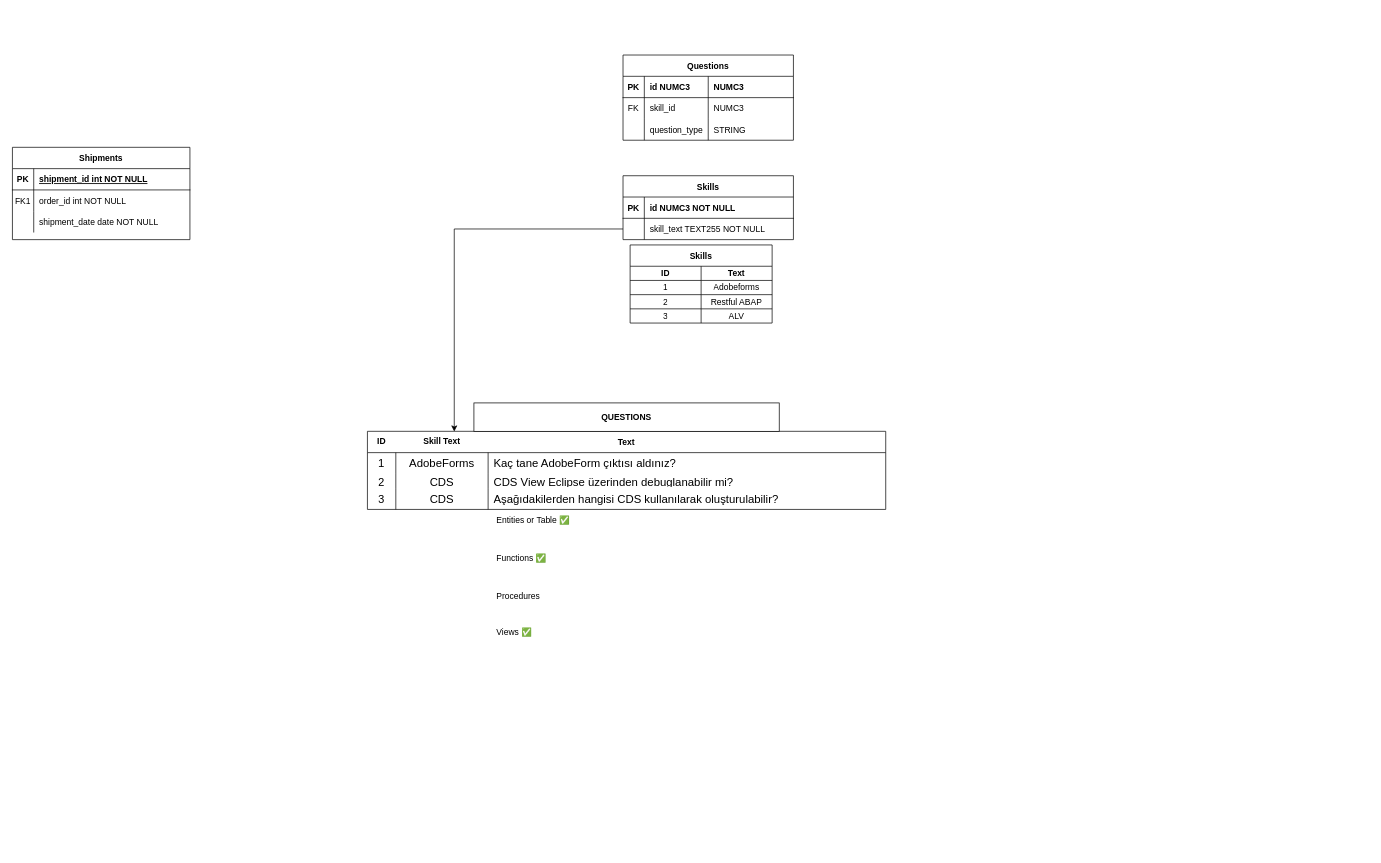
bilalerdemm/ABAP-Exercises keeps this draw.io diagram as Başlıksız Diyagram.drawio. Above is the earlier version. Source tidied: cells renumbered, new cells numbered last; positions are measured from the earlier drawing's top-left corner, leaving out a move shared by most shapes. Both pictures are drawn from the tidied source at 71%, with x=0, y=0 at pixel (12, 55).
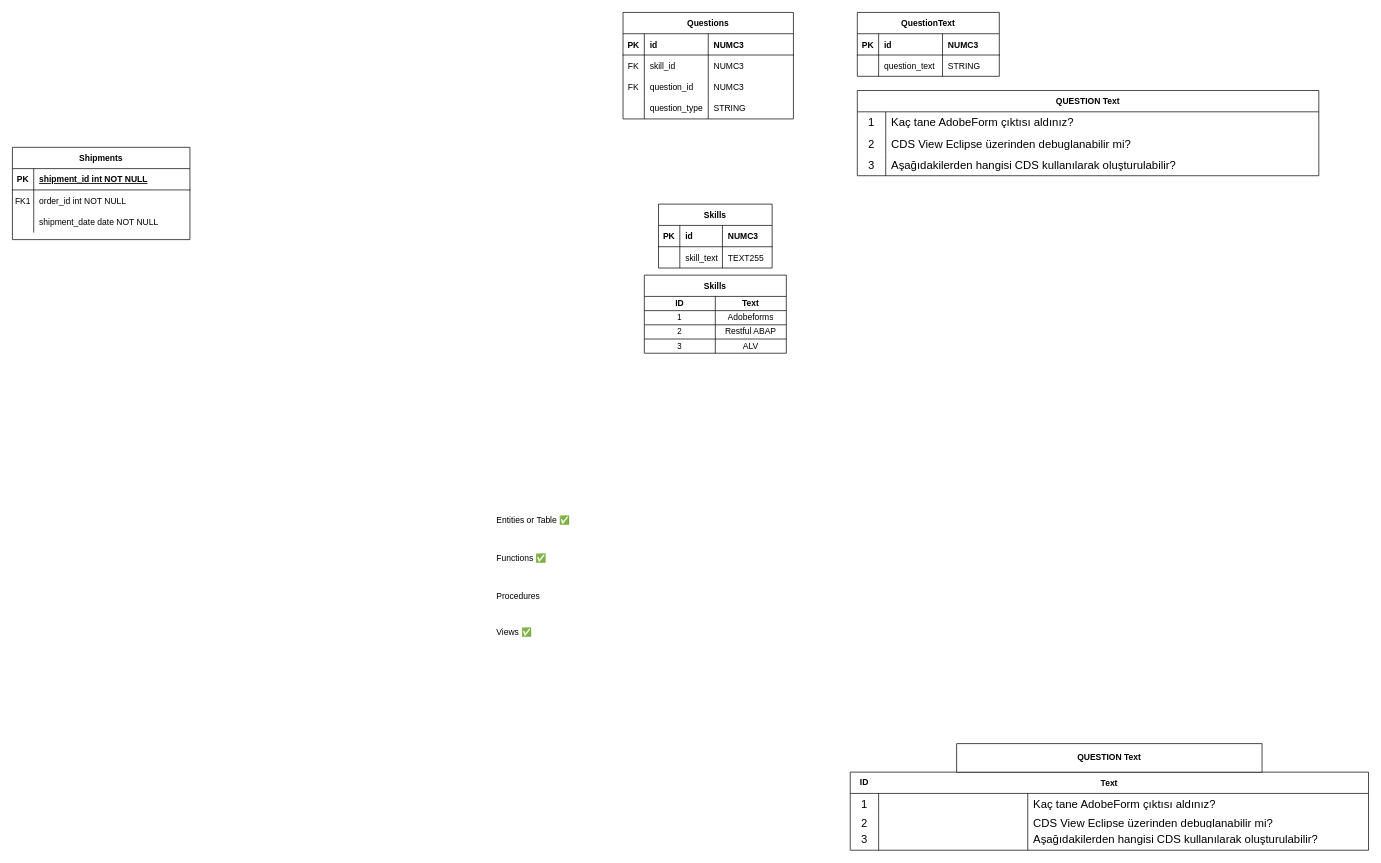
The same diagram, later.

The change refers to these unchanged cells:
```xml
<mxCell id="33" style="shape=tableRow;horizontal=0;startSize=0;swimlaneHead=0;swimlaneBody=0;top=0;left=0;bottom=0;right=0;fillColor=none;strokeColor=inherit;fontSize=16;" parent="32" vertex="1">
  <mxGeometry y="30" width="730" height="30" as="geometry" />
</mxCell>
<mxCell id="37" style="shape=tableRow;horizontal=0;startSize=0;swimlaneHead=0;swimlaneBody=0;top=0;left=0;bottom=0;right=0;fillColor=none;strokeColor=inherit;fontSize=16;" parent="32" vertex="1">
  <mxGeometry y="60" width="730" height="20" as="geometry" />
</mxCell>
<mxCell id="41" style="shape=tableRow;horizontal=0;startSize=0;swimlaneHead=0;swimlaneBody=0;top=0;left=0;bottom=0;right=0;fillColor=none;strokeColor=inherit;fontSize=16;" parent="32" vertex="1">
  <mxGeometry y="80" width="730" height="30" as="geometry" />
</mxCell>
<mxCell id="52" style="shape=partialRectangle;fillColor=none;top=0;left=0;right=0;bottom=1;" parent="51" vertex="1">
  <mxGeometry y="30" width="240" height="30" as="geometry" />
</mxCell>
<mxCell id="60" style="shape=partialRectangle;fillColor=none;top=0;left=0;right=0;bottom=0;" parent="51" vertex="1">
  <mxGeometry y="90" width="240" height="30" as="geometry" />
</mxCell>
```

Change to the diagram source:
```diff
@@
     <mxCell id="12" value="Skills" style="shape=table;startSize=30;childLayout=tableLayout;rowLines=0;fontStyle=1;align=center;" parent="1" vertex="1">
-      <mxGeometry x="860" y="170" width="240" height="90" as="geometry" />
+      <mxGeometry x="910" y="210" width="160" height="90" as="geometry" />
     </mxCell>
     <mxCell id="13" style="shape=partialRectangle;fillColor=none;top=0;left=0;right=0;bottom=1;" parent="12" vertex="1">
-      <mxGeometry y="30" width="240" height="30" as="geometry" />
+      <mxGeometry y="30" width="160" height="30" as="geometry" />
     </mxCell>
@@
-    <mxCell id="15" value="id NUMC3 NOT NULL" style="shape=partialRectangle;overflow=hidden;fillColor=none;top=0;left=0;bottom=0;right=0;align=left;spacingLeft=6;fontStyle=1;" parent="13" vertex="1">
-      <mxGeometry x="30" width="210" height="30" as="geometry" />
+    <mxCell id="15" value="id" style="shape=partialRectangle;overflow=hidden;fillColor=none;top=0;left=0;bottom=0;right=0;align=left;spacingLeft=6;fontStyle=1;" parent="13" vertex="1">
+      <mxGeometry x="30" width="60" height="30" as="geometry" />
     </mxCell>
+    <mxCell id="66" value="NUMC3" style="shape=partialRectangle;overflow=hidden;fillColor=none;top=0;left=0;bottom=0;right=0;align=left;spacingLeft=6;fontStyle=1;" parent="13" vertex="1">
+      <mxGeometry x="90" width="70" height="30" as="geometry" />
+    </mxCell>
     <mxCell id="16" style="shape=partialRectangle;fillColor=none;points=[[0,0.5],[1,0.5]];portConstraint=eastwest;top=0;left=0;right=0;bottom=0;" parent="12" vertex="1">
-      <mxGeometry y="60" width="240" height="30" as="geometry" />
+      <mxGeometry y="60" width="160" height="30" as="geometry" />
     </mxCell>
@@
-    <mxCell id="18" value="skill_text TEXT255 NOT NULL" style="shape=partialRectangle;overflow=hidden;fillColor=none;top=0;left=0;bottom=0;right=0;align=left;spacingLeft=6;" parent="16" vertex="1">
-      <mxGeometry x="30" width="210" height="30" as="geometry" />
+    <mxCell id="18" value="skill_text" style="shape=partialRectangle;overflow=hidden;fillColor=none;top=0;left=0;bottom=0;right=0;align=left;spacingLeft=6;" parent="16" vertex="1">
+      <mxGeometry x="30" width="60" height="30" as="geometry" />
     </mxCell>
+    <mxCell id="67" value="TEXT255 " style="shape=partialRectangle;overflow=hidden;fillColor=none;top=0;left=0;bottom=0;right=0;align=left;spacingLeft=6;" parent="16" vertex="1">
+      <mxGeometry x="90" width="70" height="30" as="geometry" />
+    </mxCell>
     <mxCell id="19" value="Skills" style="shape=table;startSize=30;childLayout=tableLayout;strokeColor=default;fontSize=12;fontStyle=1;" parent="1" vertex="1">
-      <mxGeometry x="870" y="267.5" width="200" height="110" as="geometry" />
+      <mxGeometry x="890" y="310" width="200" height="110" as="geometry" />
     </mxCell>
@@
     <mxCell id="32" value="Text" style="shape=table;startSize=30;childLayout=tableLayout;rowLines=0;fontStyle=1;strokeColor=default;fontSize=12;" parent="1" vertex="1">
-      <mxGeometry x="500" y="530" width="730" height="110" as="geometry" />
+      <mxGeometry x="1180" y="1010" width="730" height="110" as="geometry" />
     </mxCell>
@@
-    <mxCell id="35" value="AdobeForms" style="shape=partialRectangle;html=1;whiteSpace=wrap;fillColor=none;top=0;left=0;bottom=0;right=0;overflow=hidden;strokeColor=inherit;fontSize=16;" parent="33" vertex="1">
-      <mxGeometry x="40" width="130" height="30" as="geometry" />
+    <mxCell id="35" style="shape=partialRectangle;html=1;whiteSpace=wrap;fillColor=none;top=0;left=0;bottom=0;right=0;overflow=hidden;strokeColor=inherit;fontSize=16;" parent="33" vertex="1">
+      <mxGeometry x="40" width="210" height="30" as="geometry" />
     </mxCell>
     <mxCell id="36" value="Kaç tane AdobeForm çıktısı aldınız?" style="shape=partialRectangle;html=1;whiteSpace=wrap;fillColor=none;top=0;left=0;bottom=0;right=0;align=left;spacingLeft=6;overflow=hidden;strokeColor=inherit;fontSize=16;" parent="33" vertex="1">
-      <mxGeometry x="170" width="560" height="30" as="geometry" />
+      <mxGeometry x="250" width="480" height="30" as="geometry" />
     </mxCell>
@@
-    <mxCell id="39" value="CDS" style="shape=partialRectangle;html=1;whiteSpace=wrap;fillColor=none;top=0;left=0;bottom=0;right=0;overflow=hidden;strokeColor=inherit;fontSize=16;" parent="37" vertex="1">
-      <mxGeometry x="40" width="130" height="20" as="geometry" />
+    <mxCell id="39" style="shape=partialRectangle;html=1;whiteSpace=wrap;fillColor=none;top=0;left=0;bottom=0;right=0;overflow=hidden;strokeColor=inherit;fontSize=16;" parent="37" vertex="1">
+      <mxGeometry x="40" width="210" height="20" as="geometry" />
     </mxCell>
     <mxCell id="40" value="CDS View Eclipse üzerinden debuglanabilir mi?" style="shape=partialRectangle;html=1;whiteSpace=wrap;fillColor=none;top=0;left=0;bottom=0;right=0;align=left;spacingLeft=6;overflow=hidden;strokeColor=inherit;fontSize=16;" parent="37" vertex="1">
-      <mxGeometry x="170" width="560" height="20" as="geometry" />
+      <mxGeometry x="250" width="480" height="20" as="geometry" />
     </mxCell>
@@
-    <mxCell id="43" value="CDS" style="shape=partialRectangle;html=1;whiteSpace=wrap;fillColor=none;top=0;left=0;bottom=0;right=0;overflow=hidden;strokeColor=inherit;fontSize=16;" parent="41" vertex="1">
-      <mxGeometry x="40" width="130" height="30" as="geometry" />
+    <mxCell id="43" style="shape=partialRectangle;html=1;whiteSpace=wrap;fillColor=none;top=0;left=0;bottom=0;right=0;overflow=hidden;strokeColor=inherit;fontSize=16;" parent="41" vertex="1">
+      <mxGeometry x="40" width="210" height="30" as="geometry" />
     </mxCell>
     <mxCell id="44" value="Aşağıdakilerden hangisi CDS kullanılarak oluşturulabilir?" style="shape=partialRectangle;html=1;whiteSpace=wrap;fillColor=none;top=0;left=0;bottom=0;right=0;align=left;spacingLeft=6;overflow=hidden;strokeColor=inherit;fontSize=16;" parent="41" vertex="1">
-      <mxGeometry x="170" width="560" height="30" as="geometry" />
+      <mxGeometry x="250" width="480" height="30" as="geometry" />
     </mxCell>
     <mxCell id="45" value="&lt;b&gt;ID&lt;/b&gt;" style="text;html=1;strokeColor=none;fillColor=none;align=center;verticalAlign=middle;whiteSpace=wrap;rounded=0;" parent="1" vertex="1">
-      <mxGeometry x="490" y="530" width="60" height="30" as="geometry" />
+      <mxGeometry x="1170" y="1010" width="60" height="30" as="geometry" />
     </mxCell>
@@
-    <mxCell id="47" value="&lt;b&gt;Skill Text&lt;/b&gt;" style="text;html=1;strokeColor=none;fillColor=none;align=center;verticalAlign=middle;whiteSpace=wrap;rounded=0;" parent="1" vertex="1">
-      <mxGeometry x="540" y="530" width="130" height="30" as="geometry" />
-    </mxCell>
-    <mxCell id="48" style="edgeStyle=orthogonalEdgeStyle;rounded=0;jettySize=auto;html=1;exitX=0;exitY=0.5;exitDx=0;exitDy=0;entryX=0.633;entryY=0.011;entryDx=0;entryDy=0;entryPerimeter=0;" parent="1" edge="1" source="16" target="47">
-      <mxGeometry relative="1" as="geometry" />
-    </mxCell>
-    <mxCell id="49" value="&lt;b&gt;QUESTIONS&lt;/b&gt;" style="whiteSpace=wrap;html=1;align=center;" parent="1" vertex="1">
-      <mxGeometry x="650" y="490" width="430" height="40" as="geometry" />
+    <mxCell id="49" value="&lt;b&gt;QUESTION Text&lt;/b&gt;" style="whiteSpace=wrap;html=1;align=center;" parent="1" vertex="1">
+      <mxGeometry x="1330" y="970" width="430" height="40" as="geometry" />
     </mxCell>
-    <mxCell id="50" style="group;" parent="1" vertex="1">
-      <mxGeometry x="860" width="240" height="120" as="geometry" />
-    </mxCell>
+    <mxCell id="68" style="group;" parent="1" vertex="1">
+      <mxGeometry x="860" y="-60" width="240" height="150" as="geometry" />
+    </mxCell>
-    <mxCell id="51" value="Questions" style="shape=table;startSize=30;childLayout=tableLayout;rowLines=0;fontStyle=1;align=center;" parent="50" vertex="1">
-      <mxGeometry width="240" height="120" as="geometry" />
+    <mxCell id="51" value="Questions" style="shape=table;startSize=30;childLayout=tableLayout;rowLines=0;fontStyle=1;align=center;" parent="68" vertex="1">
+      <mxGeometry width="240" height="150" as="geometry" />
     </mxCell>
@@
-    <mxCell id="54" value="id NUMC3 " style="shape=partialRectangle;overflow=hidden;fillColor=none;top=0;left=0;bottom=0;right=0;align=left;spacingLeft=6;fontStyle=1;" parent="52" vertex="1">
+    <mxCell id="54" value="id " style="shape=partialRectangle;overflow=hidden;fillColor=none;top=0;left=0;bottom=0;right=0;align=left;spacingLeft=6;fontStyle=1;" parent="52" vertex="1">
       <mxGeometry x="30" width="90" height="30" as="geometry" />
     </mxCell>
@@
-    <mxCell id="61" style="shape=partialRectangle;overflow=hidden;fillColor=none;top=0;left=0;bottom=0;right=0;" parent="60" vertex="1">
+    <mxCell id="61" value="FK" style="shape=partialRectangle;overflow=hidden;fillColor=none;top=0;left=0;bottom=0;right=0;" parent="60" vertex="1">
       <mxGeometry width="30" height="30" as="geometry" />
     </mxCell>
-    <mxCell id="62" value="question_type" style="shape=partialRectangle;overflow=hidden;fillColor=none;top=0;left=0;bottom=0;right=0;align=left;spacingLeft=6;" parent="60" vertex="1">
+    <mxCell id="62" value="question_id" style="shape=partialRectangle;overflow=hidden;fillColor=none;top=0;left=0;bottom=0;right=0;align=left;spacingLeft=6;" parent="60" vertex="1">
       <mxGeometry x="30" width="90" height="30" as="geometry" />
     </mxCell>
@@
+    <mxCell id="69" style="shape=partialRectangle;fillColor=none;top=0;left=0;right=0;bottom=0;" parent="51" vertex="1">
+      <mxGeometry y="120" width="240" height="30" as="geometry" />
+    </mxCell>
+    <mxCell id="70" style="shape=partialRectangle;overflow=hidden;fillColor=none;top=0;left=0;bottom=0;right=0;" parent="69" vertex="1">
+      <mxGeometry width="30" height="30" as="geometry" />
+    </mxCell>
+    <mxCell id="71" style="shape=partialRectangle;overflow=hidden;fillColor=none;top=0;left=0;bottom=0;right=0;align=left;spacingLeft=6;" parent="69" vertex="1">
+      <mxGeometry x="30" width="90" height="30" as="geometry" />
+    </mxCell>
+    <mxCell id="72" value="STRING" style="shape=partialRectangle;overflow=hidden;fillColor=none;top=0;left=0;bottom=0;right=0;align=left;spacingLeft=6;" parent="69" vertex="1">
+      <mxGeometry x="120" width="120" height="30" as="geometry" />
+    </mxCell>
-    <mxCell id="64" value="NUMC3" style="shape=partialRectangle;overflow=hidden;fillColor=none;top=0;left=0;bottom=0;right=0;align=left;spacingLeft=6;fontStyle=0;" parent="50" vertex="1">
+    <mxCell id="64" value="NUMC3" style="shape=partialRectangle;overflow=hidden;fillColor=none;top=0;left=0;bottom=0;right=0;align=left;spacingLeft=6;fontStyle=0;" parent="68" vertex="1">
       <mxGeometry x="120" y="60" width="120" height="30" as="geometry" />
     </mxCell>
-    <mxCell id="65" value="STRING" style="shape=partialRectangle;overflow=hidden;fillColor=none;top=0;left=0;bottom=0;right=0;align=left;spacingLeft=6;fontStyle=0;" parent="50" vertex="1">
+    <mxCell id="65" value="NUMC3" style="shape=partialRectangle;overflow=hidden;fillColor=none;top=0;left=0;bottom=0;right=0;align=left;spacingLeft=6;fontStyle=0;" parent="68" vertex="1">
       <mxGeometry x="120" y="90" width="120" height="30" as="geometry" />
     </mxCell>
+    <mxCell id="73" value="question_type" style="shape=partialRectangle;overflow=hidden;fillColor=none;top=0;left=0;bottom=0;right=0;align=left;spacingLeft=6;" parent="68" vertex="1">
+      <mxGeometry x="30" y="120" width="90" height="30" as="geometry" />
+    </mxCell>
+    <mxCell id="74" value="QuestionText" style="shape=table;startSize=30;childLayout=tableLayout;rowLines=0;fontStyle=1;align=center;" parent="1" vertex="1">
+      <mxGeometry x="1190" y="-60" width="200" height="90" as="geometry" />
+    </mxCell>
+    <mxCell id="75" style="shape=partialRectangle;fillColor=none;top=0;left=0;right=0;bottom=1;" parent="74" vertex="1">
+      <mxGeometry y="30" width="200" height="30" as="geometry" />
+    </mxCell>
+    <mxCell id="76" value="PK" style="shape=partialRectangle;overflow=hidden;fillColor=none;top=0;left=0;bottom=0;right=0;fontStyle=1;" parent="75" vertex="1">
+      <mxGeometry width="30" height="30" as="geometry" />
+    </mxCell>
+    <mxCell id="77" value="id " style="shape=partialRectangle;overflow=hidden;fillColor=none;top=0;left=0;bottom=0;right=0;align=left;spacingLeft=6;fontStyle=1;" parent="75" vertex="1">
+      <mxGeometry x="30" width="90" height="30" as="geometry" />
+    </mxCell>
+    <mxCell id="78" value="NUMC3" style="shape=partialRectangle;overflow=hidden;fillColor=none;top=0;left=0;bottom=0;right=0;align=left;spacingLeft=6;fontStyle=1;" parent="75" vertex="1">
+      <mxGeometry x="120" width="80" height="30" as="geometry" />
+    </mxCell>
+    <mxCell id="79" style="shape=partialRectangle;fillColor=none;top=0;left=0;right=0;bottom=0;" parent="74" vertex="1">
+      <mxGeometry y="60" width="200" height="30" as="geometry" />
+    </mxCell>
+    <mxCell id="80" style="shape=partialRectangle;overflow=hidden;fillColor=none;top=0;left=0;bottom=0;right=0;" parent="79" vertex="1">
+      <mxGeometry width="30" height="30" as="geometry" />
+    </mxCell>
+    <mxCell id="81" value="question_text" style="shape=partialRectangle;overflow=hidden;fillColor=none;top=0;left=0;bottom=0;right=0;align=left;spacingLeft=6;" parent="79" vertex="1">
+      <mxGeometry x="30" width="90" height="30" as="geometry" />
+    </mxCell>
+    <mxCell id="82" value="STRING" style="shape=partialRectangle;overflow=hidden;fillColor=none;top=0;left=0;bottom=0;right=0;align=left;spacingLeft=6;" parent="79" vertex="1">
+      <mxGeometry x="120" width="80" height="30" as="geometry" />
+    </mxCell>
+    <mxCell id="83" value="QUESTION Text" style="shape=table;startSize=30;childLayout=tableLayout;rowLines=0;fontStyle=1;strokeColor=default;fontSize=12;" parent="1" vertex="1">
+      <mxGeometry x="1190" y="50" width="650" height="120" as="geometry" />
+    </mxCell>
+    <mxCell id="84" style="shape=tableRow;horizontal=0;startSize=0;swimlaneHead=0;swimlaneBody=0;top=0;left=0;bottom=0;right=0;fillColor=none;strokeColor=inherit;fontSize=16;" parent="83" vertex="1">
+      <mxGeometry y="30" width="650" height="30" as="geometry" />
+    </mxCell>
+    <mxCell id="85" value="1" style="shape=partialRectangle;html=1;whiteSpace=wrap;fillColor=none;top=0;left=0;bottom=0;right=0;overflow=hidden;strokeColor=inherit;fontSize=16;" parent="84" vertex="1">
+      <mxGeometry width="40" height="30" as="geometry" />
+    </mxCell>
+    <mxCell id="86" value="Kaç tane AdobeForm çıktısı aldınız?" style="shape=partialRectangle;html=1;whiteSpace=wrap;fillColor=none;top=0;left=0;bottom=0;right=0;align=left;spacingLeft=6;overflow=hidden;strokeColor=inherit;fontSize=16;" parent="84" vertex="1">
+      <mxGeometry x="40" width="610" height="30" as="geometry" />
+    </mxCell>
+    <mxCell id="87" style="shape=tableRow;horizontal=0;startSize=0;swimlaneHead=0;swimlaneBody=0;top=0;left=0;bottom=0;right=0;fillColor=none;strokeColor=inherit;fontSize=16;" parent="83" vertex="1">
+      <mxGeometry y="60" width="650" height="30" as="geometry" />
+    </mxCell>
+    <mxCell id="88" value="2" style="shape=partialRectangle;html=1;whiteSpace=wrap;fillColor=none;top=0;left=0;bottom=0;right=0;overflow=hidden;strokeColor=inherit;fontSize=16;" parent="87" vertex="1">
+      <mxGeometry width="40" height="30" as="geometry" />
+    </mxCell>
+    <mxCell id="89" value="CDS View Eclipse üzerinden debuglanabilir mi?" style="shape=partialRectangle;html=1;whiteSpace=wrap;fillColor=none;top=0;left=0;bottom=0;right=0;align=left;spacingLeft=6;overflow=hidden;strokeColor=inherit;fontSize=16;" parent="87" vertex="1">
+      <mxGeometry x="40" width="610" height="30" as="geometry" />
+    </mxCell>
+    <mxCell id="90" style="shape=tableRow;horizontal=0;startSize=0;swimlaneHead=0;swimlaneBody=0;top=0;left=0;bottom=0;right=0;fillColor=none;strokeColor=inherit;fontSize=16;" parent="83" vertex="1">
+      <mxGeometry y="90" width="650" height="30" as="geometry" />
+    </mxCell>
+    <mxCell id="91" value="3" style="shape=partialRectangle;html=1;whiteSpace=wrap;fillColor=none;top=0;left=0;bottom=0;right=0;overflow=hidden;strokeColor=inherit;fontSize=16;" parent="90" vertex="1">
+      <mxGeometry width="40" height="30" as="geometry" />
+    </mxCell>
+    <mxCell id="92" value="Aşağıdakilerden hangisi CDS kullanılarak oluşturulabilir?" style="shape=partialRectangle;html=1;whiteSpace=wrap;fillColor=none;top=0;left=0;bottom=0;right=0;align=left;spacingLeft=6;overflow=hidden;strokeColor=inherit;fontSize=16;" parent="90" vertex="1">
+      <mxGeometry x="40" width="610" height="30" as="geometry" />
+    </mxCell>
```
